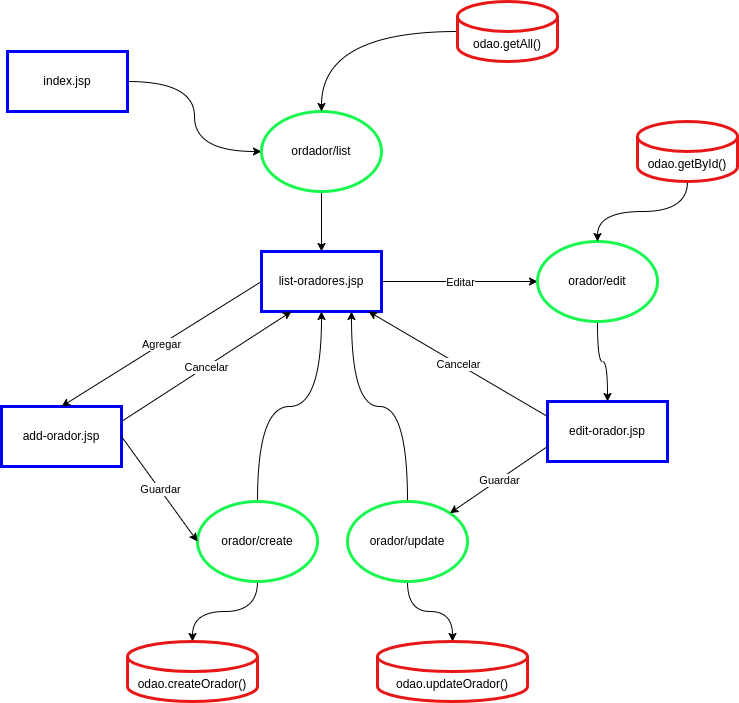
Earlier version of the draw.io export src/main/webapp/img/crud-orador-model.drawio.png (gcasado0/tpfinal). Source tidied: cells renumbered, new cells last; positions are measured from the earlier drawing's top-left corner, leaving out a move shared by most shapes. Its diagram source:
```xml
<mxGraphModel>
  <root>
    <mxCell id="0" />
    <mxCell id="1" parent="0" />
    <mxCell id="2" style="edgeStyle=orthogonalEdgeStyle;jettySize=auto;html=1;curved=1;" parent="1" edge="1" source="3" target="6">
      <mxGeometry relative="1" as="geometry" />
    </mxCell>
    <mxCell id="3" value="index.jsp" style="rounded=0;whiteSpace=wrap;html=1;strokeColor=#0000FF;strokeWidth=3;" parent="1" vertex="1">
      <mxGeometry x="6" y="50" width="120" height="60" as="geometry" />
    </mxCell>
    <mxCell id="4" value="list-oradores.jsp" style="rounded=0;whiteSpace=wrap;html=1;strokeColor=#0000FF;strokeWidth=3;" parent="1" vertex="1">
      <mxGeometry x="260" y="250" width="120" height="60" as="geometry" />
    </mxCell>
    <mxCell id="5" style="edgeStyle=orthogonalEdgeStyle;curved=1;jettySize=auto;html=1;entryX=0.5;entryY=0;entryDx=0;entryDy=0;" parent="1" edge="1" source="6" target="4">
      <mxGeometry relative="1" as="geometry" />
    </mxCell>
    <mxCell id="6" value="ordador/list" style="ellipse;whiteSpace=wrap;html=1;strokeWidth=3;strokeColor=#18f74f;" parent="1" vertex="1">
      <mxGeometry x="260" y="110" width="120" height="80" as="geometry" />
    </mxCell>
    <mxCell id="7" value="add-orador.jsp" style="rounded=0;whiteSpace=wrap;html=1;strokeColor=#0000FF;strokeWidth=3;" parent="1" vertex="1">
      <mxGeometry y="405" width="120" height="60" as="geometry" />
    </mxCell>
    <mxCell id="8" style="edgeStyle=orthogonalEdgeStyle;curved=1;jettySize=auto;html=1;entryX=0.5;entryY=1;entryDx=0;entryDy=0;" parent="1" edge="1" source="10" target="4">
      <mxGeometry relative="1" as="geometry" />
    </mxCell>
    <mxCell id="9" style="edgeStyle=orthogonalEdgeStyle;curved=1;jettySize=auto;html=1;" parent="1" edge="1" source="10" target="13">
      <mxGeometry relative="1" as="geometry" />
    </mxCell>
    <mxCell id="10" value="orador/create" style="ellipse;whiteSpace=wrap;html=1;strokeWidth=3;strokeColor=#18f74f;" parent="1" vertex="1">
      <mxGeometry x="196" y="500" width="120" height="80" as="geometry" />
    </mxCell>
    <mxCell id="11" style="endArrow=classic;html=1;curved=1;exitX=1;exitY=0.5;exitDx=0;exitDy=0;entryX=0;entryY=0.5;entryDx=0;entryDy=0;" parent="1" edge="1" source="7" target="10">
      <mxGeometry relative="1" as="geometry" />
    </mxCell>
    <mxCell id="12" value="Guardar" style="edgeLabel;html=1;align=center;verticalAlign=middle;" parent="11" vertex="1">
      <mxGeometry relative="1" as="geometry" />
    </mxCell>
    <mxCell id="13" value="odao.createOrador()" style="shape=cylinder3;whiteSpace=wrap;html=1;boundedLbl=1;backgroundOutline=1;size=15;strokeWidth=3;strokeColor=#e81717;" parent="1" vertex="1">
      <mxGeometry x="126" y="640" width="130" height="60" as="geometry" />
    </mxCell>
    <mxCell id="14" style="endArrow=classic;html=1;curved=1;exitX=1;exitY=0.25;exitDx=0;exitDy=0;entryX=0.25;entryY=1;entryDx=0;entryDy=0;" parent="1" edge="1" source="7" target="4">
      <mxGeometry relative="1" as="geometry" />
    </mxCell>
    <mxCell id="15" value="Cancelar" style="edgeLabel;html=1;align=center;verticalAlign=middle;" parent="14" vertex="1">
      <mxGeometry relative="1" as="geometry" />
    </mxCell>
    <mxCell id="16" style="endArrow=classic;html=1;curved=1;entryX=0.5;entryY=0;entryDx=0;entryDy=0;exitX=0;exitY=0.5;exitDx=0;exitDy=0;" parent="1" edge="1" source="4" target="7">
      <mxGeometry relative="1" as="geometry" />
    </mxCell>
    <mxCell id="17" value="Agregar" style="edgeLabel;html=1;align=center;verticalAlign=middle;" parent="16" vertex="1">
      <mxGeometry relative="1" as="geometry" />
    </mxCell>
    <mxCell id="18" value="edit-orador.jsp" style="rounded=0;whiteSpace=wrap;html=1;strokeColor=#0000FF;strokeWidth=3;" parent="1" vertex="1">
      <mxGeometry x="546" y="400" width="120" height="60" as="geometry" />
    </mxCell>
    <mxCell id="19" style="endArrow=classic;html=1;curved=1;entryX=0;entryY=0.5;entryDx=0;entryDy=0;" parent="1" edge="1" source="4" target="22">
      <mxGeometry relative="1" as="geometry" />
    </mxCell>
    <mxCell id="20" value="Editar" style="edgeLabel;html=1;align=center;verticalAlign=middle;" parent="19" vertex="1">
      <mxGeometry relative="1" as="geometry" />
    </mxCell>
    <mxCell id="21" style="edgeStyle=orthogonalEdgeStyle;curved=1;jettySize=auto;html=1;entryX=0.5;entryY=0;entryDx=0;entryDy=0;" parent="1" edge="1" source="22" target="18">
      <mxGeometry relative="1" as="geometry" />
    </mxCell>
    <mxCell id="22" value="orador/edit" style="ellipse;whiteSpace=wrap;html=1;strokeWidth=3;strokeColor=#18f74f;" parent="1" vertex="1">
      <mxGeometry x="536" y="240" width="120" height="80" as="geometry" />
    </mxCell>
    <mxCell id="23" style="endArrow=classic;html=1;curved=1;entryX=0.892;entryY=1;entryDx=0;entryDy=0;entryPerimeter=0;exitX=0;exitY=0.25;exitDx=0;exitDy=0;" parent="1" edge="1" source="18" target="4">
      <mxGeometry relative="1" as="geometry" />
    </mxCell>
    <mxCell id="24" value="Cancelar" style="edgeLabel;html=1;align=center;verticalAlign=middle;" parent="23" vertex="1">
      <mxGeometry relative="1" as="geometry" />
    </mxCell>
    <mxCell id="25" style="edgeStyle=orthogonalEdgeStyle;curved=1;jettySize=auto;html=1;" parent="1" edge="1" source="26" target="22">
      <mxGeometry relative="1" as="geometry" />
    </mxCell>
    <mxCell id="26" value="odao.getById()" style="shape=cylinder3;whiteSpace=wrap;html=1;boundedLbl=1;backgroundOutline=1;size=15;strokeWidth=3;strokeColor=#e81717;" parent="1" vertex="1">
      <mxGeometry x="636" y="120" width="100" height="60" as="geometry" />
    </mxCell>
    <mxCell id="27" style="edgeStyle=orthogonalEdgeStyle;curved=1;jettySize=auto;html=1;entryX=0.5;entryY=0;entryDx=0;entryDy=0;entryPerimeter=0;" parent="1" edge="1" source="29" target="32">
      <mxGeometry relative="1" as="geometry" />
    </mxCell>
    <mxCell id="28" style="edgeStyle=orthogonalEdgeStyle;curved=1;jettySize=auto;html=1;entryX=0.75;entryY=1;entryDx=0;entryDy=0;" parent="1" edge="1" source="29" target="4">
      <mxGeometry relative="1" as="geometry" />
    </mxCell>
    <mxCell id="29" value="orador/update" style="ellipse;whiteSpace=wrap;html=1;strokeWidth=3;strokeColor=#18f74f;" parent="1" vertex="1">
      <mxGeometry x="346" y="500" width="120" height="80" as="geometry" />
    </mxCell>
    <mxCell id="30" style="endArrow=classic;html=1;curved=1;entryX=1;entryY=0;entryDx=0;entryDy=0;exitX=0;exitY=0.75;exitDx=0;exitDy=0;" parent="1" edge="1" source="18" target="29">
      <mxGeometry relative="1" as="geometry" />
    </mxCell>
    <mxCell id="31" value="Guardar" style="edgeLabel;html=1;align=center;verticalAlign=middle;" parent="30" vertex="1">
      <mxGeometry relative="1" as="geometry" />
    </mxCell>
    <mxCell id="32" value="odao.updateOrador()" style="shape=cylinder3;whiteSpace=wrap;html=1;boundedLbl=1;backgroundOutline=1;size=15;strokeWidth=3;strokeColor=#e81717;" parent="1" vertex="1">
      <mxGeometry x="376" y="640" width="150" height="60" as="geometry" />
    </mxCell>
    <mxCell id="33" style="edgeStyle=orthogonalEdgeStyle;curved=1;jettySize=auto;html=1;entryX=0.5;entryY=0;entryDx=0;entryDy=0;" parent="1" edge="1" source="34" target="6">
      <mxGeometry relative="1" as="geometry" />
    </mxCell>
    <mxCell id="34" value="odao.getAll()" style="shape=cylinder3;whiteSpace=wrap;html=1;boundedLbl=1;backgroundOutline=1;size=15;strokeWidth=3;strokeColor=#e81717;" parent="1" vertex="1">
      <mxGeometry x="456" width="100" height="60" as="geometry" />
    </mxCell>
  </root>
</mxGraphModel>
```
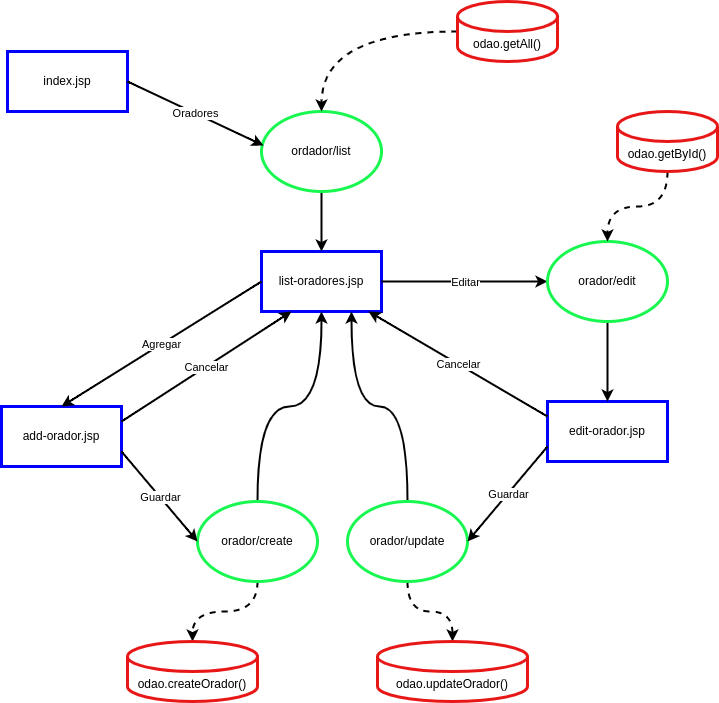
After the commit.

The edit, as a diff of the source:
```diff
@@ -2,16 +2,13 @@
   <root>
     <mxCell id="0" />
     <mxCell id="1" parent="0" />
-    <mxCell id="2" style="edgeStyle=orthogonalEdgeStyle;jettySize=auto;html=1;curved=1;" parent="1" edge="1" source="3" target="6">
-      <mxGeometry relative="1" as="geometry" />
-    </mxCell>
     <mxCell id="3" value="index.jsp" style="rounded=0;whiteSpace=wrap;html=1;strokeColor=#0000FF;strokeWidth=3;" parent="1" vertex="1">
       <mxGeometry x="6" y="50" width="120" height="60" as="geometry" />
     </mxCell>
     <mxCell id="4" value="list-oradores.jsp" style="rounded=0;whiteSpace=wrap;html=1;strokeColor=#0000FF;strokeWidth=3;" parent="1" vertex="1">
       <mxGeometry x="260" y="250" width="120" height="60" as="geometry" />
     </mxCell>
-    <mxCell id="5" style="edgeStyle=orthogonalEdgeStyle;curved=1;jettySize=auto;html=1;entryX=0.5;entryY=0;entryDx=0;entryDy=0;" parent="1" edge="1" source="6" target="4">
+    <mxCell id="5" style="edgeStyle=orthogonalEdgeStyle;curved=1;jettySize=auto;html=1;entryX=0.5;entryY=0;entryDx=0;entryDy=0;strokeWidth=2;" parent="1" edge="1" source="6" target="4">
       <mxGeometry relative="1" as="geometry" />
     </mxCell>
     <mxCell id="6" value="ordador/list" style="ellipse;whiteSpace=wrap;html=1;strokeWidth=3;strokeColor=#18f74f;" parent="1" vertex="1">
@@ -20,16 +17,16 @@
     <mxCell id="7" value="add-orador.jsp" style="rounded=0;whiteSpace=wrap;html=1;strokeColor=#0000FF;strokeWidth=3;" parent="1" vertex="1">
       <mxGeometry y="405" width="120" height="60" as="geometry" />
     </mxCell>
-    <mxCell id="8" style="edgeStyle=orthogonalEdgeStyle;curved=1;jettySize=auto;html=1;entryX=0.5;entryY=1;entryDx=0;entryDy=0;" parent="1" edge="1" source="10" target="4">
+    <mxCell id="8" style="edgeStyle=orthogonalEdgeStyle;curved=1;jettySize=auto;html=1;entryX=0.5;entryY=1;entryDx=0;entryDy=0;strokeWidth=2;" parent="1" edge="1" source="10" target="4">
       <mxGeometry relative="1" as="geometry" />
     </mxCell>
-    <mxCell id="9" style="edgeStyle=orthogonalEdgeStyle;curved=1;jettySize=auto;html=1;" parent="1" edge="1" source="10" target="13">
+    <mxCell id="9" style="edgeStyle=orthogonalEdgeStyle;curved=1;jettySize=auto;html=1;strokeWidth=2;dashed=1;" parent="1" edge="1" source="10" target="13">
       <mxGeometry relative="1" as="geometry" />
     </mxCell>
     <mxCell id="10" value="orador/create" style="ellipse;whiteSpace=wrap;html=1;strokeWidth=3;strokeColor=#18f74f;" parent="1" vertex="1">
       <mxGeometry x="196" y="500" width="120" height="80" as="geometry" />
     </mxCell>
-    <mxCell id="11" style="endArrow=classic;html=1;curved=1;exitX=1;exitY=0.5;exitDx=0;exitDy=0;entryX=0;entryY=0.5;entryDx=0;entryDy=0;" parent="1" edge="1" source="7" target="10">
+    <mxCell id="11" style="endArrow=classic;html=1;curved=1;exitX=1;exitY=0.75;exitDx=0;exitDy=0;entryX=0;entryY=0.5;entryDx=0;entryDy=0;strokeWidth=2;" parent="1" edge="1" source="7" target="10">
       <mxGeometry relative="1" as="geometry" />
     </mxCell>
     <mxCell id="12" value="Guardar" style="edgeLabel;html=1;align=center;verticalAlign=middle;" parent="11" vertex="1">
@@ -38,13 +35,13 @@
     <mxCell id="13" value="odao.createOrador()" style="shape=cylinder3;whiteSpace=wrap;html=1;boundedLbl=1;backgroundOutline=1;size=15;strokeWidth=3;strokeColor=#e81717;" parent="1" vertex="1">
       <mxGeometry x="126" y="640" width="130" height="60" as="geometry" />
     </mxCell>
-    <mxCell id="14" style="endArrow=classic;html=1;curved=1;exitX=1;exitY=0.25;exitDx=0;exitDy=0;entryX=0.25;entryY=1;entryDx=0;entryDy=0;" parent="1" edge="1" source="7" target="4">
+    <mxCell id="14" style="endArrow=classic;html=1;curved=1;exitX=1;exitY=0.25;exitDx=0;exitDy=0;entryX=0.25;entryY=1;entryDx=0;entryDy=0;strokeWidth=2;" parent="1" edge="1" source="7" target="4">
       <mxGeometry relative="1" as="geometry" />
     </mxCell>
     <mxCell id="15" value="Cancelar" style="edgeLabel;html=1;align=center;verticalAlign=middle;" parent="14" vertex="1">
       <mxGeometry relative="1" as="geometry" />
     </mxCell>
-    <mxCell id="16" style="endArrow=classic;html=1;curved=1;entryX=0.5;entryY=0;entryDx=0;entryDy=0;exitX=0;exitY=0.5;exitDx=0;exitDy=0;" parent="1" edge="1" source="4" target="7">
+    <mxCell id="16" style="endArrow=classic;html=1;curved=1;entryX=0.5;entryY=0;entryDx=0;entryDy=0;exitX=0;exitY=0.5;exitDx=0;exitDy=0;strokeWidth=2;" parent="1" edge="1" source="4" target="7">
       <mxGeometry relative="1" as="geometry" />
     </mxCell>
     <mxCell id="17" value="Agregar" style="edgeLabel;html=1;align=center;verticalAlign=middle;" parent="16" vertex="1">
@@ -53,40 +50,40 @@
     <mxCell id="18" value="edit-orador.jsp" style="rounded=0;whiteSpace=wrap;html=1;strokeColor=#0000FF;strokeWidth=3;" parent="1" vertex="1">
       <mxGeometry x="546" y="400" width="120" height="60" as="geometry" />
     </mxCell>
-    <mxCell id="19" style="endArrow=classic;html=1;curved=1;entryX=0;entryY=0.5;entryDx=0;entryDy=0;" parent="1" edge="1" source="4" target="22">
+    <mxCell id="19" style="endArrow=classic;html=1;curved=1;entryX=0;entryY=0.5;entryDx=0;entryDy=0;strokeWidth=2;" parent="1" edge="1" source="4" target="22">
       <mxGeometry relative="1" as="geometry" />
     </mxCell>
     <mxCell id="20" value="Editar" style="edgeLabel;html=1;align=center;verticalAlign=middle;" parent="19" vertex="1">
       <mxGeometry relative="1" as="geometry" />
     </mxCell>
-    <mxCell id="21" style="edgeStyle=orthogonalEdgeStyle;curved=1;jettySize=auto;html=1;entryX=0.5;entryY=0;entryDx=0;entryDy=0;" parent="1" edge="1" source="22" target="18">
+    <mxCell id="21" style="edgeStyle=orthogonalEdgeStyle;curved=1;jettySize=auto;html=1;entryX=0.5;entryY=0;entryDx=0;entryDy=0;strokeWidth=2;" parent="1" edge="1" source="22" target="18">
       <mxGeometry relative="1" as="geometry" />
     </mxCell>
     <mxCell id="22" value="orador/edit" style="ellipse;whiteSpace=wrap;html=1;strokeWidth=3;strokeColor=#18f74f;" parent="1" vertex="1">
-      <mxGeometry x="536" y="240" width="120" height="80" as="geometry" />
+      <mxGeometry x="546" y="240" width="120" height="80" as="geometry" />
     </mxCell>
-    <mxCell id="23" style="endArrow=classic;html=1;curved=1;entryX=0.892;entryY=1;entryDx=0;entryDy=0;entryPerimeter=0;exitX=0;exitY=0.25;exitDx=0;exitDy=0;" parent="1" edge="1" source="18" target="4">
+    <mxCell id="23" style="endArrow=classic;html=1;curved=1;entryX=0.892;entryY=1;entryDx=0;entryDy=0;entryPerimeter=0;exitX=0;exitY=0.25;exitDx=0;exitDy=0;strokeWidth=2;" parent="1" edge="1" source="18" target="4">
       <mxGeometry relative="1" as="geometry" />
     </mxCell>
     <mxCell id="24" value="Cancelar" style="edgeLabel;html=1;align=center;verticalAlign=middle;" parent="23" vertex="1">
       <mxGeometry relative="1" as="geometry" />
     </mxCell>
-    <mxCell id="25" style="edgeStyle=orthogonalEdgeStyle;curved=1;jettySize=auto;html=1;" parent="1" edge="1" source="26" target="22">
+    <mxCell id="25" style="edgeStyle=orthogonalEdgeStyle;curved=1;jettySize=auto;html=1;dashed=1;strokeWidth=2;" parent="1" edge="1" source="26" target="22">
       <mxGeometry relative="1" as="geometry" />
     </mxCell>
     <mxCell id="26" value="odao.getById()" style="shape=cylinder3;whiteSpace=wrap;html=1;boundedLbl=1;backgroundOutline=1;size=15;strokeWidth=3;strokeColor=#e81717;" parent="1" vertex="1">
-      <mxGeometry x="636" y="120" width="100" height="60" as="geometry" />
+      <mxGeometry x="616" y="110" width="100" height="60" as="geometry" />
     </mxCell>
-    <mxCell id="27" style="edgeStyle=orthogonalEdgeStyle;curved=1;jettySize=auto;html=1;entryX=0.5;entryY=0;entryDx=0;entryDy=0;entryPerimeter=0;" parent="1" edge="1" source="29" target="32">
+    <mxCell id="27" style="edgeStyle=orthogonalEdgeStyle;curved=1;jettySize=auto;html=1;entryX=0.5;entryY=0;entryDx=0;entryDy=0;entryPerimeter=0;dashed=1;strokeWidth=2;" parent="1" edge="1" source="29" target="32">
       <mxGeometry relative="1" as="geometry" />
     </mxCell>
-    <mxCell id="28" style="edgeStyle=orthogonalEdgeStyle;curved=1;jettySize=auto;html=1;entryX=0.75;entryY=1;entryDx=0;entryDy=0;" parent="1" edge="1" source="29" target="4">
+    <mxCell id="28" style="edgeStyle=orthogonalEdgeStyle;curved=1;jettySize=auto;html=1;entryX=0.75;entryY=1;entryDx=0;entryDy=0;strokeWidth=2;" parent="1" edge="1" source="29" target="4">
       <mxGeometry relative="1" as="geometry" />
     </mxCell>
     <mxCell id="29" value="orador/update" style="ellipse;whiteSpace=wrap;html=1;strokeWidth=3;strokeColor=#18f74f;" parent="1" vertex="1">
       <mxGeometry x="346" y="500" width="120" height="80" as="geometry" />
     </mxCell>
-    <mxCell id="30" style="endArrow=classic;html=1;curved=1;entryX=1;entryY=0;entryDx=0;entryDy=0;exitX=0;exitY=0.75;exitDx=0;exitDy=0;" parent="1" edge="1" source="18" target="29">
+    <mxCell id="30" style="endArrow=classic;html=1;curved=1;entryX=1;entryY=0.5;entryDx=0;entryDy=0;exitX=0;exitY=0.75;exitDx=0;exitDy=0;strokeWidth=2;" parent="1" edge="1" source="18" target="29">
       <mxGeometry relative="1" as="geometry" />
     </mxCell>
     <mxCell id="31" value="Guardar" style="edgeLabel;html=1;align=center;verticalAlign=middle;" parent="30" vertex="1">
@@ -95,11 +92,17 @@
     <mxCell id="32" value="odao.updateOrador()" style="shape=cylinder3;whiteSpace=wrap;html=1;boundedLbl=1;backgroundOutline=1;size=15;strokeWidth=3;strokeColor=#e81717;" parent="1" vertex="1">
       <mxGeometry x="376" y="640" width="150" height="60" as="geometry" />
     </mxCell>
-    <mxCell id="33" style="edgeStyle=orthogonalEdgeStyle;curved=1;jettySize=auto;html=1;entryX=0.5;entryY=0;entryDx=0;entryDy=0;" parent="1" edge="1" source="34" target="6">
+    <mxCell id="33" style="edgeStyle=orthogonalEdgeStyle;curved=1;jettySize=auto;html=1;entryX=0.5;entryY=0;entryDx=0;entryDy=0;strokeWidth=2;dashed=1;" parent="1" edge="1" source="34" target="6">
       <mxGeometry relative="1" as="geometry" />
     </mxCell>
     <mxCell id="34" value="odao.getAll()" style="shape=cylinder3;whiteSpace=wrap;html=1;boundedLbl=1;backgroundOutline=1;size=15;strokeWidth=3;strokeColor=#e81717;" parent="1" vertex="1">
       <mxGeometry x="456" width="100" height="60" as="geometry" />
     </mxCell>
+    <mxCell id="2" style="endArrow=classic;html=1;curved=1;exitX=1;exitY=0.5;exitDx=0;exitDy=0;entryX=0.017;entryY=0.425;entryDx=0;entryDy=0;entryPerimeter=0;strokeWidth=2;" parent="1" edge="1" source="3" target="6">
+      <mxGeometry relative="1" as="geometry" />
+    </mxCell>
+    <mxCell id="35" value="Oradores" style="edgeLabel;html=1;align=center;verticalAlign=middle;strokeColor=#e81717;strokeWidth=3;" parent="2" vertex="1">
+      <mxGeometry relative="1" as="geometry" />
+    </mxCell>
   </root>
 </mxGraphModel>
```
